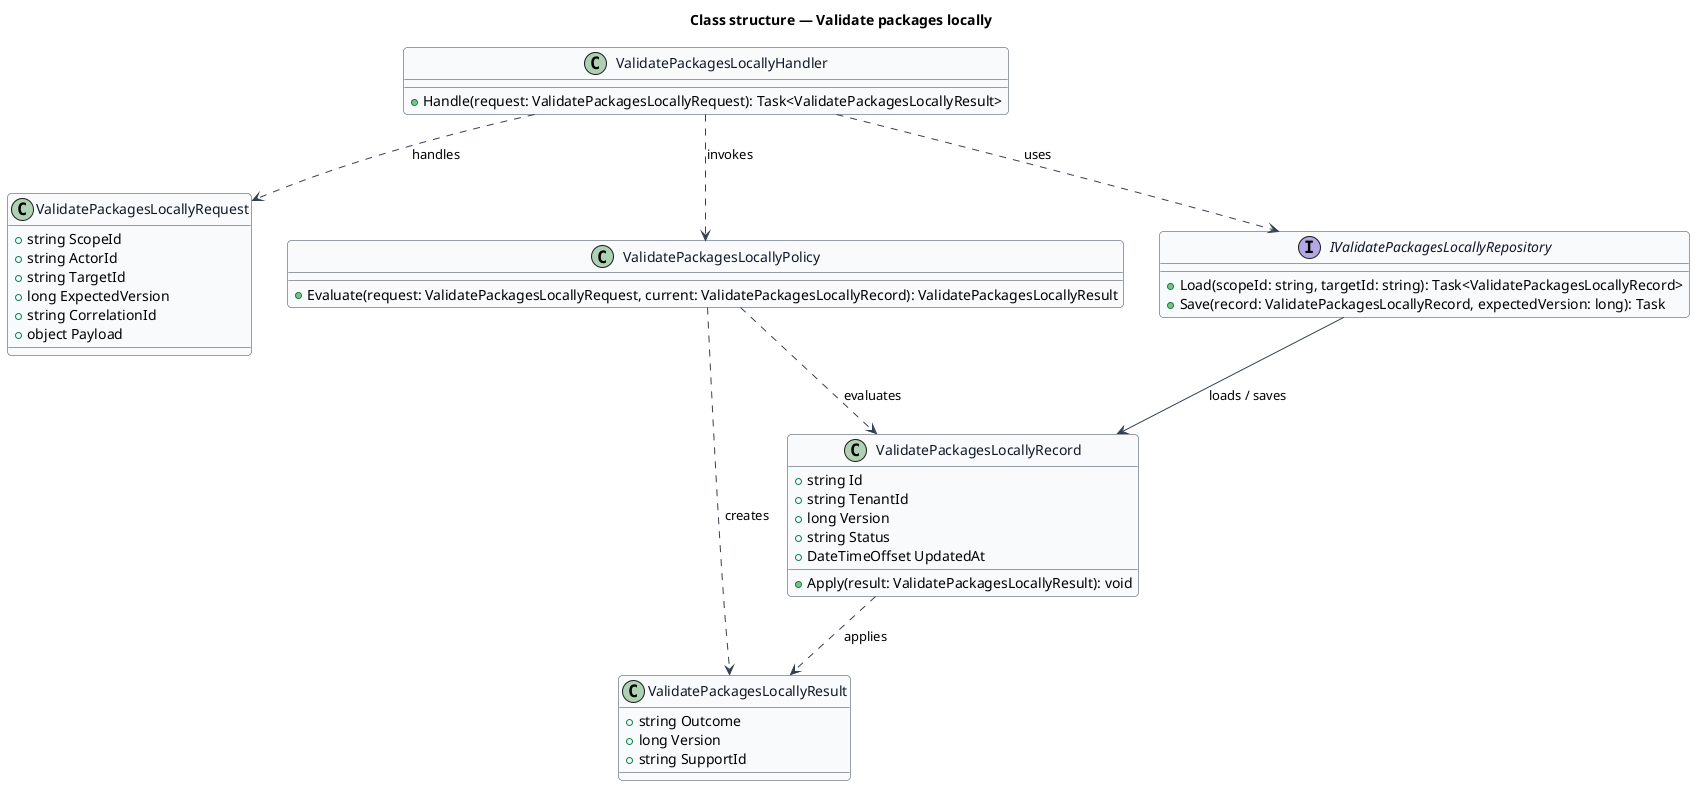
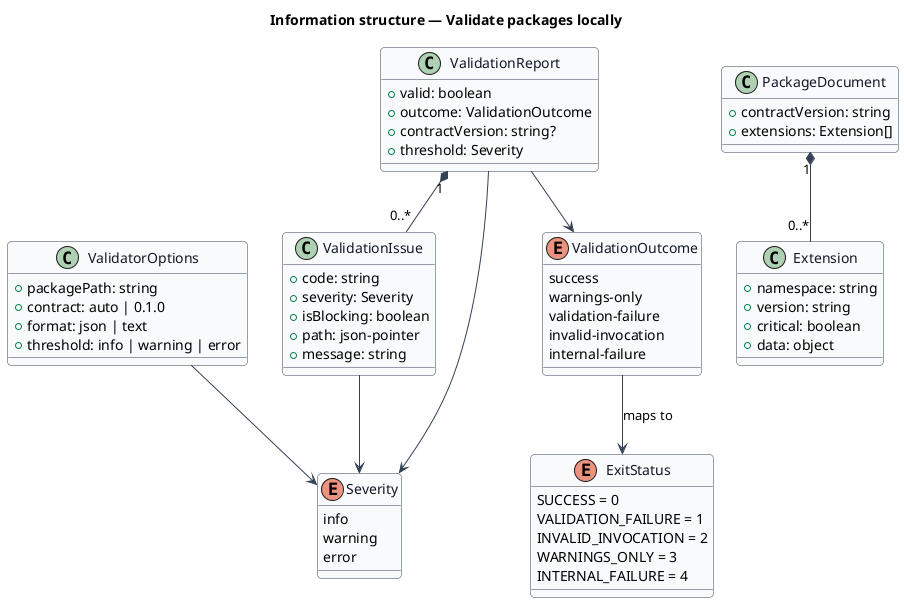
@startuml
skinparam backgroundColor #FFFFFF
skinparam shadowing false
skinparam roundcorner 8
skinparam defaultFontName Arial
skinparam ArrowColor #344054
skinparam class {
  BorderColor #344054
  FontColor #101828
  BackgroundColor #F9FAFB
}
- title Class structure — Validate packages locally
+ title Information structure — Validate packages locally

- class ValidatePackagesLocallyRequest {
-   +string ScopeId
-   +string ActorId
-   +string TargetId
-   +long ExpectedVersion
-   +string CorrelationId
-   +object Payload
+ class ValidatorOptions {
+   +packagePath: string
+   +contract: auto | 0.1.0
+   +format: json | text
+   +threshold: info | warning | error
}

- class ValidatePackagesLocallyResult {
-   +string Outcome
-   +long Version
-   +string SupportId
+ class ValidationReport {
+   +valid: boolean
+   +outcome: ValidationOutcome
+   +contractVersion: string?
+   +threshold: Severity
}

- class ValidatePackagesLocallyRecord {
-   +string Id
-   +string TenantId
-   +long Version
-   +string Status
-   +DateTimeOffset UpdatedAt
-   +Apply(result: ValidatePackagesLocallyResult): void
+ class ValidationIssue {
+   +code: string
+   +severity: Severity
+   +isBlocking: boolean
+   +path: json-pointer
+   +message: string
}

- class ValidatePackagesLocallyPolicy {
-   +Evaluate(request: ValidatePackagesLocallyRequest, current: ValidatePackagesLocallyRecord): ValidatePackagesLocallyResult
+ enum Severity {
+   info
+   warning
+   error
}

- interface IValidatePackagesLocallyRepository {
-   +Load(scopeId: string, targetId: string): Task<ValidatePackagesLocallyRecord>
-   +Save(record: ValidatePackagesLocallyRecord, expectedVersion: long): Task
+ enum ValidationOutcome {
+   success
+   warnings-only
+   validation-failure
+   invalid-invocation
+   internal-failure
}

- class ValidatePackagesLocallyHandler {
-   +Handle(request: ValidatePackagesLocallyRequest): Task<ValidatePackagesLocallyResult>
+ enum ExitStatus {
+   SUCCESS = 0
+   VALIDATION_FAILURE = 1
+   INVALID_INVOCATION = 2
+   WARNINGS_ONLY = 3
+   INTERNAL_FAILURE = 4
}

- ValidatePackagesLocallyHandler ..> ValidatePackagesLocallyRequest : handles
- ValidatePackagesLocallyHandler ..> ValidatePackagesLocallyPolicy : invokes
- ValidatePackagesLocallyHandler ..> IValidatePackagesLocallyRepository : uses
- IValidatePackagesLocallyRepository --> ValidatePackagesLocallyRecord : loads / saves
- ValidatePackagesLocallyPolicy ..> ValidatePackagesLocallyRecord : evaluates
- ValidatePackagesLocallyPolicy ..> ValidatePackagesLocallyResult : creates
- ValidatePackagesLocallyRecord ..> ValidatePackagesLocallyResult : applies
+ class PackageDocument {
+   +contractVersion: string
+   +extensions: Extension[]
+ }
+ 
+ class Extension {
+   +namespace: string
+   +version: string
+   +critical: boolean
+   +data: object
+ }
+ 
+ ValidationReport "1" *-- "0..*" ValidationIssue
+ ValidationReport --> ValidationOutcome
+ ValidationReport --> Severity
+ ValidationIssue --> Severity
+ ValidationOutcome --> ExitStatus : maps to
+ ValidatorOptions --> Severity
+ PackageDocument "1" *-- "0..*" Extension
@enduml
